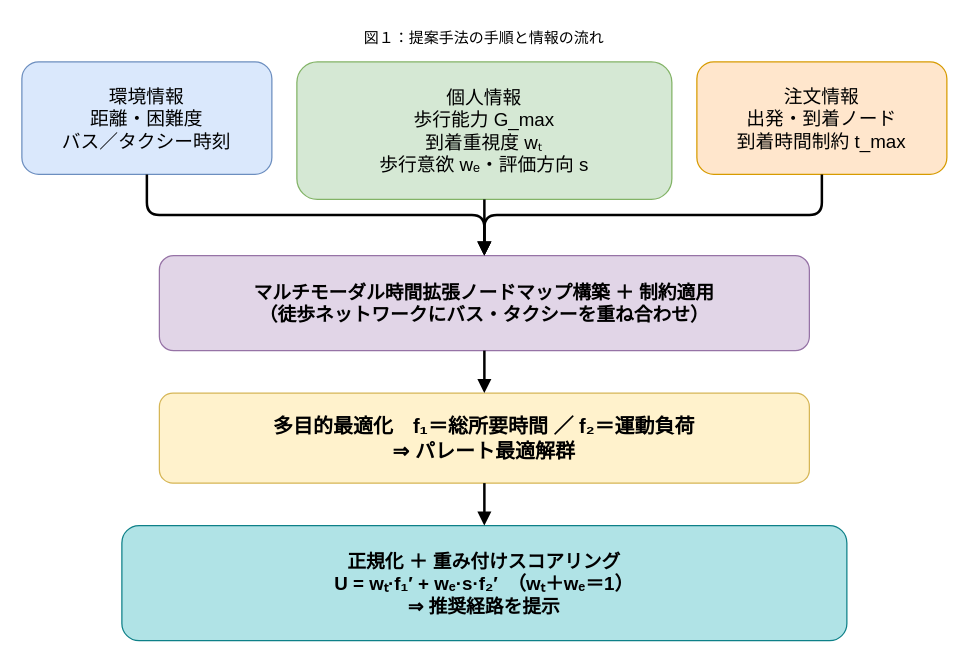
The draw.io diagram workflow_compact.drawio in ShitotoHimeno/personalized-multimodal-route-optimization, before the edit. Source tidied: cells renumbered, new cells numbered last; positions are measured from the earlier drawing's top-left corner, leaving out a move shared by most shapes. Both pictures are drawn from the tidied source at 125%, with x=0, y=0 at pixel (21, 21).
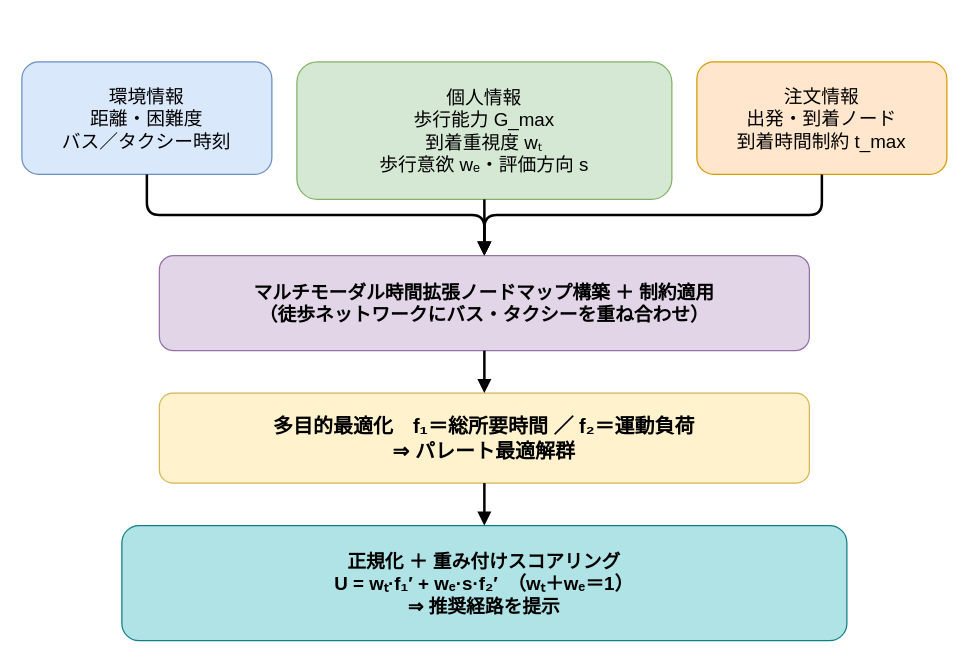
The same page after the edit.

Diff of the diagram source:
```diff
@@
 <mxGraphModel>
   <root>
     <mxCell id="0" />
     <mxCell id="1" parent="0" />
     <mxCell id="2" value="環境情報&lt;br&gt;距離・困難度&lt;br&gt;バス／タクシー時刻" style="rounded=1;whiteSpace=wrap;html=1;fillColor=#dae8fc;strokeColor=#6c8ebf;fontSize=15;verticalAlign=middle;align=center;" parent="1" vertex="1">
       <mxGeometry y="32" width="200" height="90" as="geometry" />
     </mxCell>
     <mxCell id="3" value="個人情報&lt;br&gt;歩行能力 G_max&lt;br&gt;到着重視度 wₜ&lt;br&gt;歩行意欲 wₑ・評価方向 s" style="rounded=1;whiteSpace=wrap;html=1;fillColor=#d5e8d4;strokeColor=#82b366;fontSize=15;verticalAlign=middle;align=center;" parent="1" vertex="1">
       <mxGeometry x="220" y="32" width="300" height="110" as="geometry" />
     </mxCell>
     <mxCell id="4" value="注文情報&lt;br&gt;出発・到着ノード&lt;br&gt;到着時間制約 t_max" style="rounded=1;whiteSpace=wrap;html=1;fillColor=#ffe6cc;strokeColor=#d79b00;fontSize=15;verticalAlign=middle;align=center;" parent="1" vertex="1">
       <mxGeometry x="540" y="32" width="200" height="90" as="geometry" />
     </mxCell>
     <mxCell id="5" value="マルチモーダル時間拡張ノードマップ構築 ＋ 制約適用&lt;br&gt;（徒歩ネットワークにバス・タクシーを重ね合わせ）" style="rounded=1;whiteSpace=wrap;html=1;fillColor=#e1d5e7;strokeColor=#9673a6;fontSize=15;fontStyle=1;verticalAlign=middle;align=center;" parent="1" vertex="1">
       <mxGeometry x="110" y="187" width="520" height="76" as="geometry" />
     </mxCell>
     <mxCell id="6" value="多目的最適化　f₁＝総所要時間 ／ f₂＝運動負荷&lt;br&gt;⇒ パレート最適解群" style="rounded=1;whiteSpace=wrap;html=1;fillColor=#fff2cc;strokeColor=#d6b656;fontSize=16;fontStyle=1;verticalAlign=middle;align=center;" parent="1" vertex="1">
       <mxGeometry x="110" y="297" width="520" height="72" as="geometry" />
     </mxCell>
     <mxCell id="7" value="正規化 ＋ 重み付けスコアリング&lt;br&gt;U = wₜ·f₁′ + wₑ·s·f₂′　（wₜ＋wₑ＝1）&lt;br&gt;⇒ 推奨経路を提示" style="rounded=1;whiteSpace=wrap;html=1;fillColor=#b0e3e6;strokeColor=#0e8088;fontSize=15;fontStyle=1;verticalAlign=middle;align=center;" parent="1" vertex="1">
       <mxGeometry x="80" y="403" width="580" height="92" as="geometry" />
     </mxCell>
     <mxCell id="8" style="edgeStyle=orthogonalEdgeStyle;rounded=1;html=1;strokeWidth=2;endArrow=block;exitX=0.5;exitY=1;entryX=0.5;entryY=0;" parent="1" edge="1" source="2" target="5">
       <mxGeometry relative="1" as="geometry" />
     </mxCell>
     <mxCell id="9" style="edgeStyle=orthogonalEdgeStyle;rounded=1;html=1;strokeWidth=2;endArrow=block;exitX=0.5;exitY=1;entryX=0.5;entryY=0;" parent="1" edge="1" source="3" target="5">
       <mxGeometry relative="1" as="geometry" />
     </mxCell>
     <mxCell id="10" style="edgeStyle=orthogonalEdgeStyle;rounded=1;html=1;strokeWidth=2;endArrow=block;exitX=0.5;exitY=1;entryX=0.5;entryY=0;" parent="1" edge="1" source="4" target="5">
       <mxGeometry relative="1" as="geometry" />
     </mxCell>
     <mxCell id="11" style="edgeStyle=orthogonalEdgeStyle;rounded=1;html=1;strokeWidth=2;endArrow=block;exitX=0.5;exitY=1;entryX=0.5;entryY=0;" parent="1" edge="1" source="5" target="6">
       <mxGeometry relative="1" as="geometry" />
     </mxCell>
     <mxCell id="12" style="edgeStyle=orthogonalEdgeStyle;rounded=1;html=1;strokeWidth=2;endArrow=block;exitX=0.5;exitY=1;entryX=0.5;entryY=0;" parent="1" edge="1" source="6" target="7">
       <mxGeometry relative="1" as="geometry" />
     </mxCell>
-    <mxCell id="13" value="図１：提案手法の手順と情報の流れ" style="text;html=1;whiteSpace=wrap;strokeColor=none;fillColor=none;align=center;verticalAlign=middle;rounded=0;" parent="1" vertex="1">
-      <mxGeometry x="265" width="210" height="26" as="geometry" />
-    </mxCell>
   </root>
 </mxGraphModel>
```
